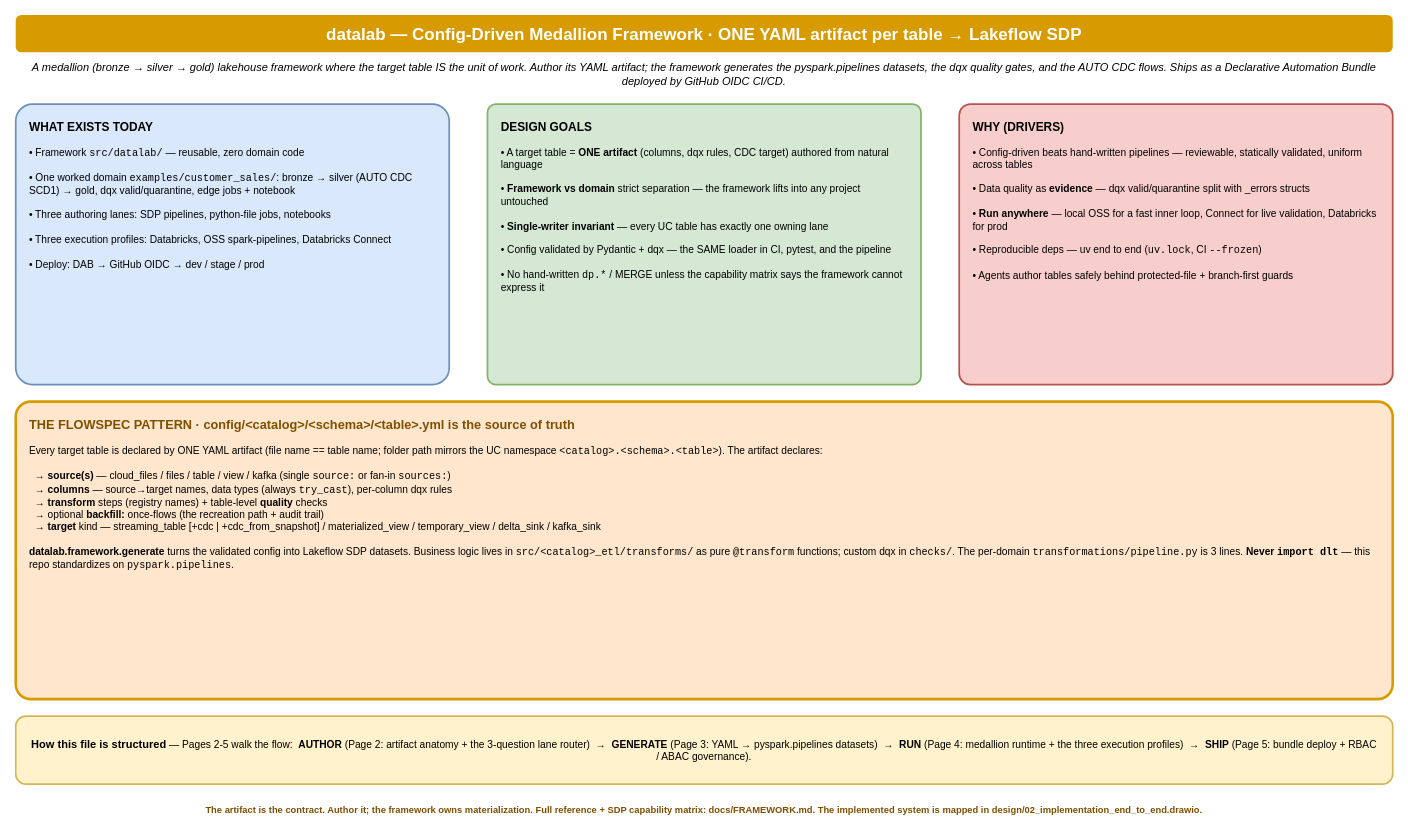
This is page "1 - Context" (1 of 5) of design/01_design_config_driven_medallion.drawio from Vegash09/Demo_Lab, a draw.io file, before an edit. Source tidied: cells renumbered, new cells numbered last; positions are measured from the earlier drawing's top-left corner, leaving out a move shared by most shapes. Both pictures are drawn from the tidied source at 85%, with x=0, y=0 at pixel (15, 14).
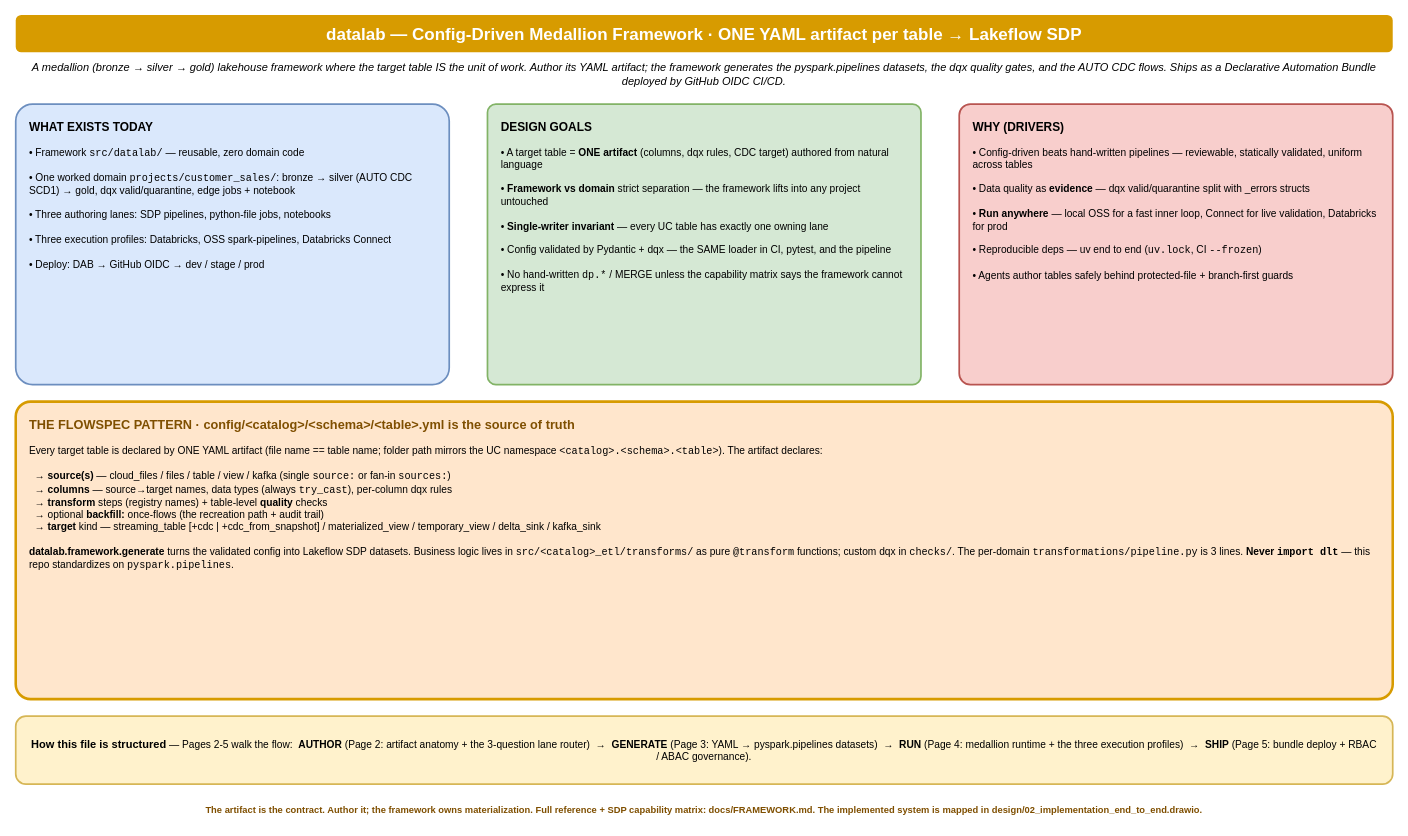
The same page after the edit.

Diff of the diagram source:
```diff
@@
 <mxGraphModel>
   <root>
     <mxCell id="0" />
     <mxCell id="1" parent="0" />
     <mxCell id="2" value="datalab — Config-Driven Medallion Framework  ·  ONE YAML artifact per table → Lakeflow SDP" style="text;html=1;strokeColor=none;fillColor=#D79B00;fontColor=#FFFFFF;align=center;verticalAlign=middle;whiteSpace=wrap;rounded=1;fontSize=20;fontStyle=1;" parent="1" vertex="1">
       <mxGeometry width="1620" height="44" as="geometry" />
     </mxCell>
     <mxCell id="3" value="A medallion (bronze → silver → gold) lakehouse framework where the target table IS the unit of work. Author its YAML artifact; the framework generates the pyspark.pipelines datasets, the dqx quality gates, and the AUTO CDC flows. Ships as a Declarative Automation Bundle deployed by GitHub OIDC CI/CD." style="text;html=1;align=center;verticalAlign=middle;whiteSpace=wrap;fontSize=13;fontStyle=2;" parent="1" vertex="1">
       <mxGeometry y="50" width="1620" height="40" as="geometry" />
     </mxCell>
-    <mxCell id="4" value="&lt;b style='font-size:14px;'&gt;WHAT EXISTS TODAY&lt;/b&gt;&lt;br&gt;&lt;br&gt;• Framework &lt;tt&gt;src/datalab/&lt;/tt&gt; — reusable, zero domain code&lt;br&gt;&lt;br&gt;• One worked domain &lt;tt&gt;examples/customer_sales/&lt;/tt&gt;: bronze → silver (AUTO CDC SCD1) → gold, dqx valid/quarantine, edge jobs + notebook&lt;br&gt;&lt;br&gt;• Three authoring lanes: SDP pipelines, python-file jobs, notebooks&lt;br&gt;&lt;br&gt;• Three execution profiles: Databricks, OSS spark-pipelines, Databricks Connect&lt;br&gt;&lt;br&gt;• Deploy: DAB → GitHub OIDC → dev / stage / prod" style="rounded=1;whiteSpace=wrap;html=1;fillColor=#DAE8FC;strokeColor=#6C8EBF;strokeWidth=2;align=left;verticalAlign=top;spacingLeft=14;spacingTop=12;spacingRight=14;fontSize=12;arcSize=6;" parent="1" vertex="1">
+    <mxCell id="4" value="&lt;b style='font-size:14px;'&gt;WHAT EXISTS TODAY&lt;/b&gt;&lt;br&gt;&lt;br&gt;• Framework &lt;tt&gt;src/datalab/&lt;/tt&gt; — reusable, zero domain code&lt;br&gt;&lt;br&gt;• One worked domain &lt;tt&gt;projects/customer_sales/&lt;/tt&gt;: bronze → silver (AUTO CDC SCD1) → gold, dqx valid/quarantine, edge jobs + notebook&lt;br&gt;&lt;br&gt;• Three authoring lanes: SDP pipelines, python-file jobs, notebooks&lt;br&gt;&lt;br&gt;• Three execution profiles: Databricks, OSS spark-pipelines, Databricks Connect&lt;br&gt;&lt;br&gt;• Deploy: DAB → GitHub OIDC → dev / stage / prod" style="rounded=1;whiteSpace=wrap;html=1;fillColor=#DAE8FC;strokeColor=#6C8EBF;strokeWidth=2;align=left;verticalAlign=top;spacingLeft=14;spacingTop=12;spacingRight=14;fontSize=12;arcSize=6;" parent="1" vertex="1">
       <mxGeometry y="105" width="510" height="330" as="geometry" />
     </mxCell>
     <mxCell id="5" value="&lt;b style='font-size:14px;'&gt;DESIGN GOALS&lt;/b&gt;&lt;br&gt;&lt;br&gt;• A target table = &lt;b&gt;ONE artifact&lt;/b&gt; (columns, dqx rules, CDC target) authored from natural language&lt;br&gt;&lt;br&gt;• &lt;b&gt;Framework vs domain&lt;/b&gt; strict separation — the framework lifts into any project untouched&lt;br&gt;&lt;br&gt;• &lt;b&gt;Single-writer invariant&lt;/b&gt; — every UC table has exactly one owning lane&lt;br&gt;&lt;br&gt;• Config validated by Pydantic + dqx — the SAME loader in CI, pytest, and the pipeline&lt;br&gt;&lt;br&gt;• No hand-written &lt;tt&gt;dp.*&lt;/tt&gt; / MERGE unless the capability matrix says the framework cannot express it" style="rounded=1;whiteSpace=wrap;html=1;fillColor=#D5E8D4;strokeColor=#82B366;strokeWidth=2;align=left;verticalAlign=top;spacingLeft=14;spacingTop=12;spacingRight=14;fontSize=12;arcSize=3;" parent="1" vertex="1">
       <mxGeometry x="555" y="105" width="510" height="330" as="geometry" />
     </mxCell>
     <mxCell id="6" value="&lt;b style='font-size:14px;'&gt;WHY (DRIVERS)&lt;/b&gt;&lt;br&gt;&lt;br&gt;• Config-driven beats hand-written pipelines — reviewable, statically validated, uniform across tables&lt;br&gt;&lt;br&gt;• Data quality as &lt;b&gt;evidence&lt;/b&gt; — dqx valid/quarantine split with _errors structs&lt;br&gt;&lt;br&gt;• &lt;b&gt;Run anywhere&lt;/b&gt; — local OSS for a fast inner loop, Connect for live validation, Databricks for prod&lt;br&gt;&lt;br&gt;• Reproducible deps — uv end to end (&lt;tt&gt;uv.lock&lt;/tt&gt;, CI &lt;tt&gt;--frozen&lt;/tt&gt;)&lt;br&gt;&lt;br&gt;• Agents author tables safely behind protected-file + branch-first guards" style="rounded=1;whiteSpace=wrap;html=1;fillColor=#F8CECC;strokeColor=#B85450;strokeWidth=2;align=left;verticalAlign=top;spacingLeft=14;spacingTop=12;spacingRight=14;fontSize=12;arcSize=4;" parent="1" vertex="1">
       <mxGeometry x="1110" y="105" width="510" height="330" as="geometry" />
     </mxCell>
     <mxCell id="7" value="&lt;b style='font-size:15px;color:#7F4F00;'&gt;THE FLOWSPEC PATTERN  ·  config/&amp;lt;catalog&amp;gt;/&amp;lt;schema&amp;gt;/&amp;lt;table&amp;gt;.yml is the source of truth&lt;/b&gt;&lt;br&gt;&lt;br&gt;Every target table is declared by ONE YAML artifact (file name == table name; folder path mirrors the UC namespace &lt;tt&gt;&amp;lt;catalog&amp;gt;.&amp;lt;schema&amp;gt;.&amp;lt;table&amp;gt;&lt;/tt&gt;). The artifact declares:&lt;br&gt;&lt;br&gt;&amp;nbsp;&amp;nbsp;→ &lt;b&gt;source(s)&lt;/b&gt; — cloud_files / files / table / view / kafka (single &lt;tt&gt;source:&lt;/tt&gt; or fan-in &lt;tt&gt;sources:&lt;/tt&gt;)&lt;br&gt;&amp;nbsp;&amp;nbsp;→ &lt;b&gt;columns&lt;/b&gt; — source→target names, data types (always &lt;tt&gt;try_cast&lt;/tt&gt;), per-column dqx rules&lt;br&gt;&amp;nbsp;&amp;nbsp;→ &lt;b&gt;transform&lt;/b&gt; steps (registry names) + table-level &lt;b&gt;quality&lt;/b&gt; checks&lt;br&gt;&amp;nbsp;&amp;nbsp;→ optional &lt;b&gt;backfill:&lt;/b&gt; once-flows (the recreation path + audit trail)&lt;br&gt;&amp;nbsp;&amp;nbsp;→ &lt;b&gt;target&lt;/b&gt; kind — streaming_table [+cdc | +cdc_from_snapshot] / materialized_view / temporary_view / delta_sink / kafka_sink&lt;br&gt;&lt;br&gt;&lt;b&gt;datalab.framework.generate&lt;/b&gt; turns the validated config into Lakeflow SDP datasets. Business logic lives in &lt;tt&gt;src/&amp;lt;catalog&amp;gt;_etl/transforms/&lt;/tt&gt; as pure &lt;tt&gt;@transform&lt;/tt&gt; functions; custom dqx in &lt;tt&gt;checks/&lt;/tt&gt;. The per-domain &lt;tt&gt;transformations/pipeline.py&lt;/tt&gt; is 3 lines. &lt;b&gt;Never &lt;tt&gt;import dlt&lt;/tt&gt;&lt;/b&gt; — this repo standardizes on &lt;tt&gt;pyspark.pipelines&lt;/tt&gt;." style="rounded=1;whiteSpace=wrap;html=1;fillColor=#FFE6CC;strokeColor=#D79B00;strokeWidth=3;align=left;verticalAlign=top;spacingLeft=14;spacingTop=12;spacingRight=14;fontSize=12;arcSize=5;" parent="1" vertex="1">
       <mxGeometry y="455" width="1620" height="350" as="geometry" />
     </mxCell>
     <mxCell id="8" value="&lt;b style='font-size:13px;'&gt;How this file is structured&lt;/b&gt; — Pages 2-5 walk the flow:&amp;nbsp; &lt;b&gt;AUTHOR&lt;/b&gt; (Page 2: artifact anatomy + the 3-question lane router) &amp;nbsp;→&amp;nbsp; &lt;b&gt;GENERATE&lt;/b&gt; (Page 3: YAML → pyspark.pipelines datasets) &amp;nbsp;→&amp;nbsp; &lt;b&gt;RUN&lt;/b&gt; (Page 4: medallion runtime + the three execution profiles) &amp;nbsp;→&amp;nbsp; &lt;b&gt;SHIP&lt;/b&gt; (Page 5: bundle deploy + RBAC / ABAC governance)." style="rounded=1;whiteSpace=wrap;html=1;fillColor=#FFF2CC;strokeColor=#D6B656;strokeWidth=2;align=center;verticalAlign=middle;spacingLeft=16;spacingRight=16;fontSize=12;" parent="1" vertex="1">
       <mxGeometry y="825" width="1620" height="80" as="geometry" />
     </mxCell>
     <mxCell id="9" value="The artifact is the contract. Author it; the framework owns materialization. Full reference + SDP capability matrix: docs/FRAMEWORK.md.  The implemented system is mapped in design/02_implementation_end_to_end.drawio." style="text;html=1;align=center;verticalAlign=middle;whiteSpace=wrap;fontSize=11;fontStyle=1;fontColor=#7F4F00;" parent="1" vertex="1">
       <mxGeometry y="920" width="1620" height="30" as="geometry" />
     </mxCell>
   </root>
 </mxGraphModel>
```
